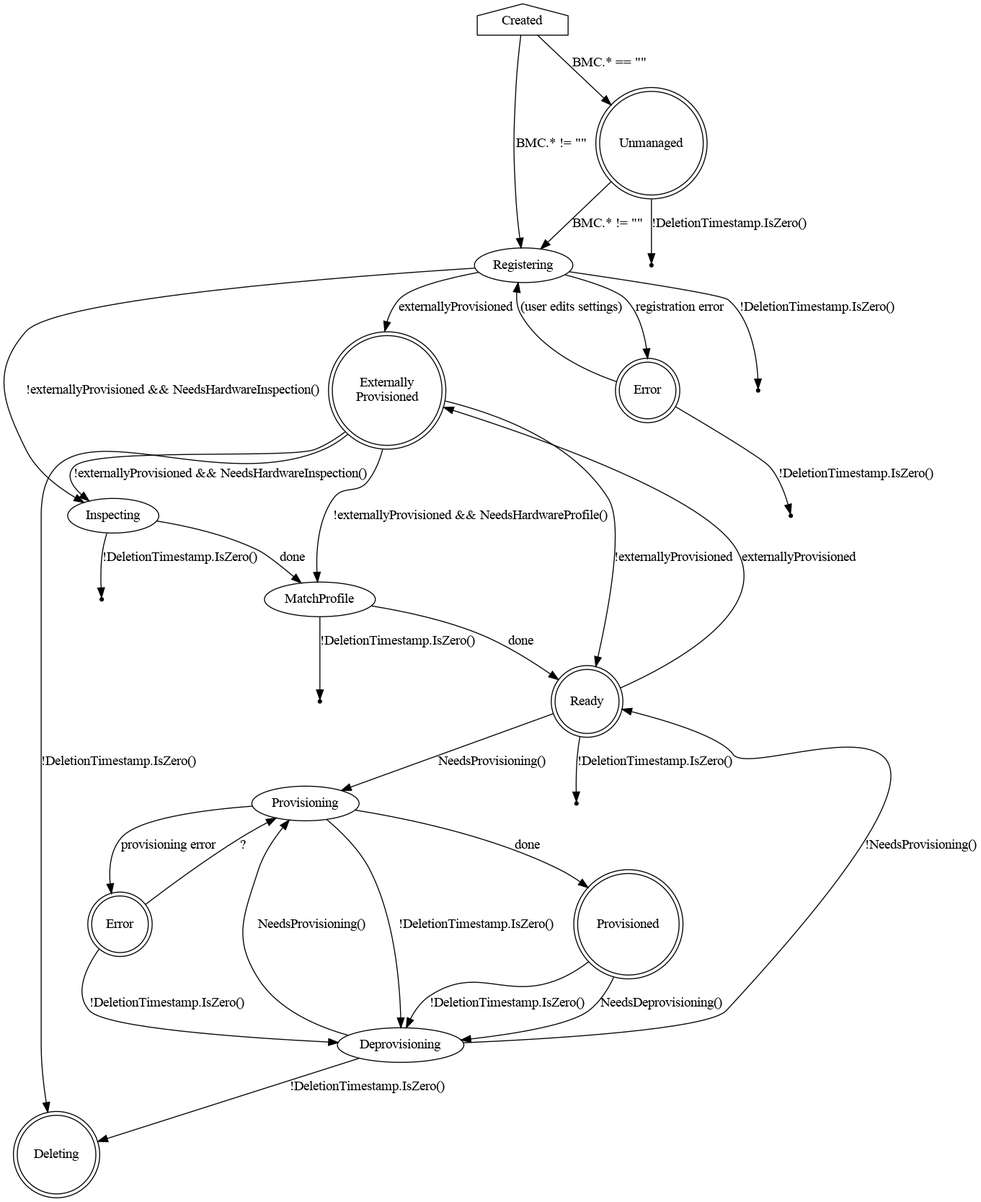
Before: docs/BaremetalHost_ProvisioningState.png, a diagram exported from Graphviz (metal3-io/baremetal-operator). Its source is kept beside it as docs/BaremetalHost_ProvisioningState.dot.
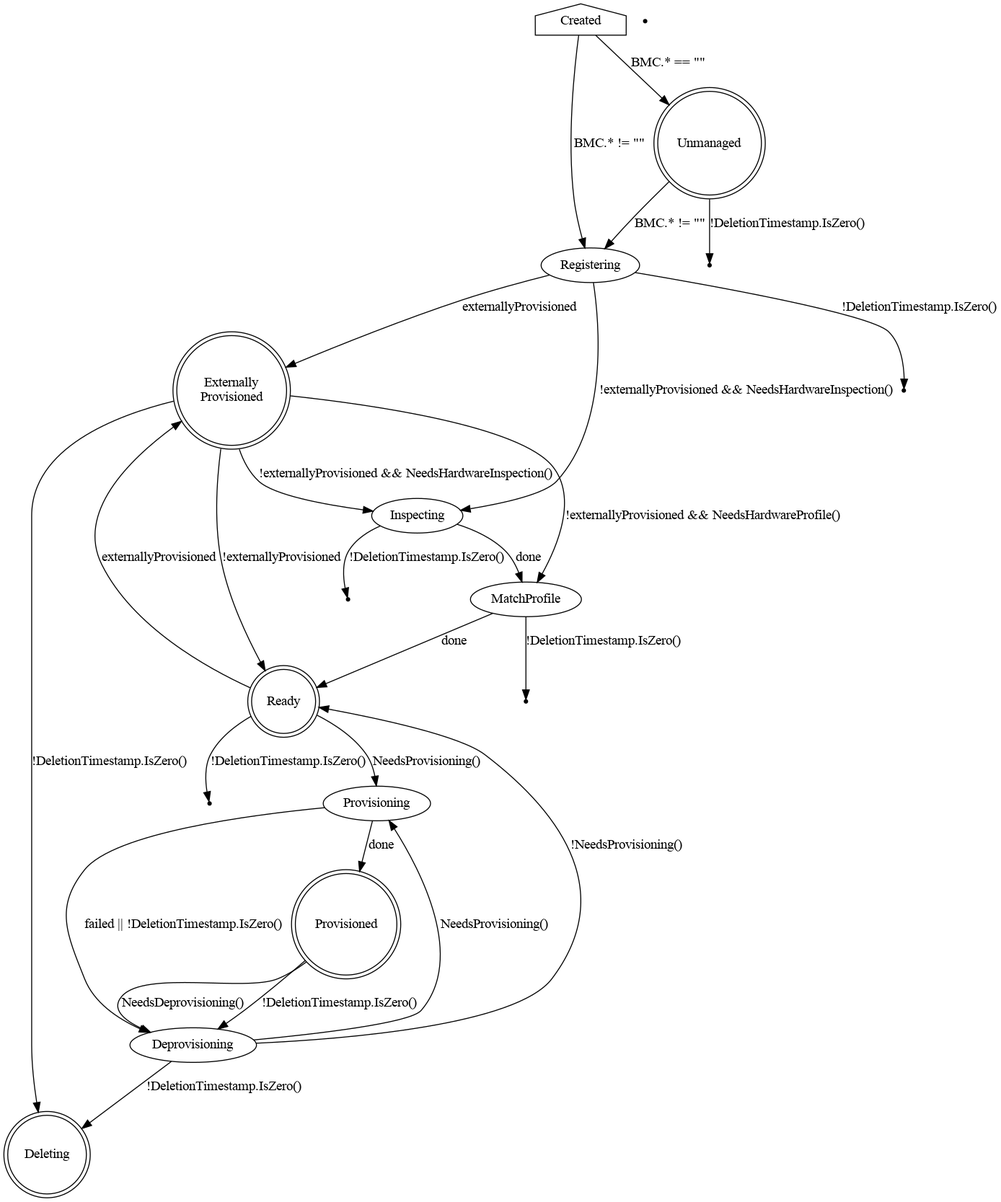
The same file after the commit.

Commit message:
Remove *Error states

Diff of the diagram source:
```diff
@@ -13,7 +13,6 @@
 
     Registering -> Inspecting [label="!externallyProvisioned && NeedsHardwareInspection()"]
     Registering -> ExternallyProvisioned [label="externallyProvisioned"]
-    Registering -> RegistrationError [shape=doublecircle label="registration error"]
     Registering -> Deleting2 [label="!DeletionTimestamp.IsZero()"]
 
     Deleting2 [shape=point]
@@ -33,10 +32,6 @@
 
     Deleting4 [shape=point]
 
-    RegistrationError [shape=doublecircle label="Error"]
-    RegistrationError -> Registering [label="(user edits settings)"]
-    RegistrationError -> Deleting5 [label="!DeletionTimestamp.IsZero()"]
-
     Deleting5 [shape=point]
 
     Ready [shape=doublecircle]
@@ -46,12 +41,7 @@
     Deleting6 [shape=point]
 
     Provisioning -> Provisioned [label=done]
-    Provisioning -> ProvisioningError [label="provisioning error"]
-    Provisioning -> Deprovisioning [label="!DeletionTimestamp.IsZero()"]
-
-    ProvisioningError [shape=doublecircle label="Error"]
-    ProvisioningError -> Provisioning [label="?"]
-    ProvisioningError -> Deprovisioning [label="!DeletionTimestamp.IsZero()"]
+    Provisioning -> Deprovisioning [label="failed || !DeletionTimestamp.IsZero()"]
 
     Provisioned [shape=doublecircle]
     Provisioned -> Deprovisioning [label="NeedsDeprovisioning()"]
```
